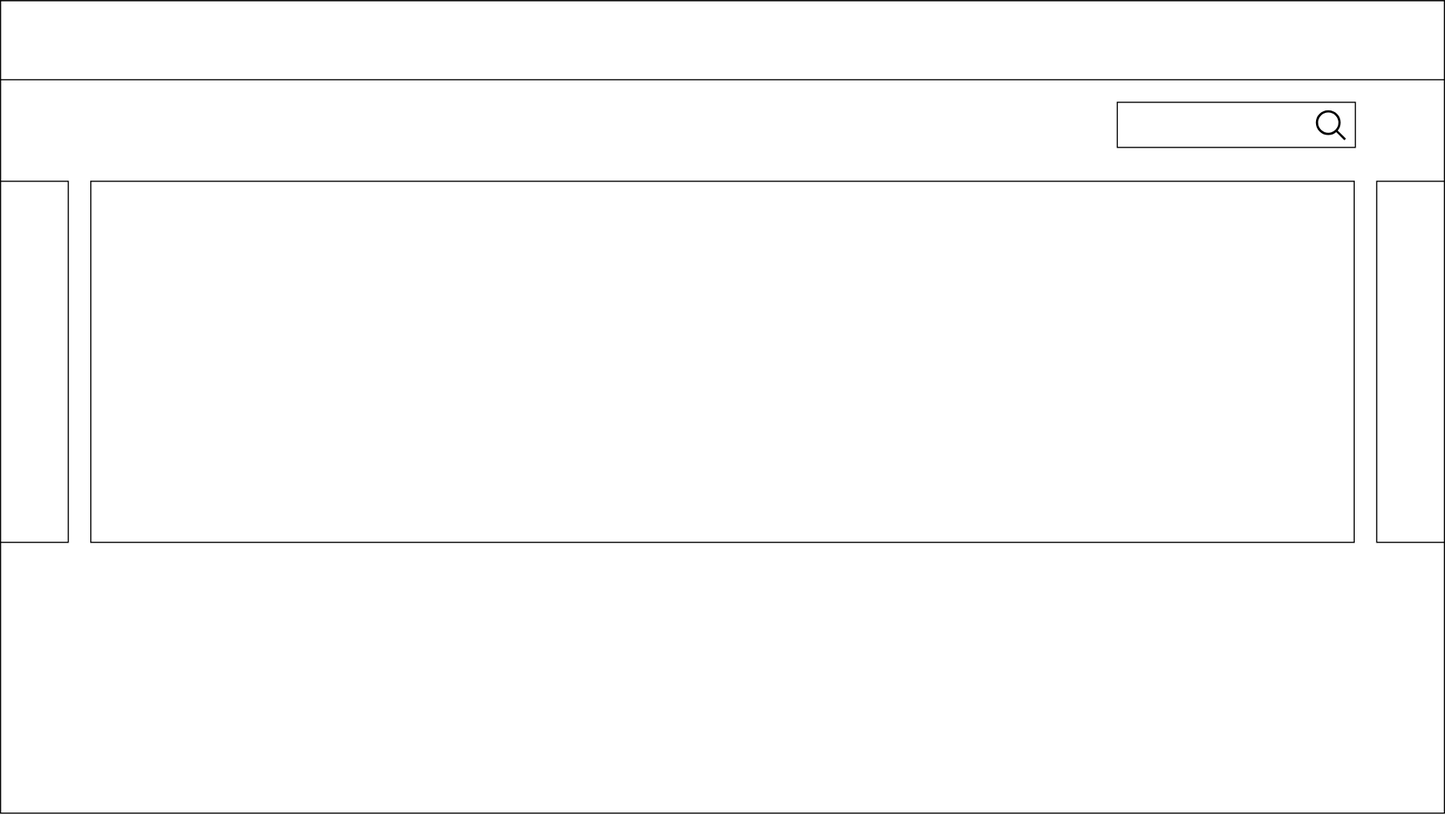
Before: docs/diagrams/homeDesktopUI.svg, a diagram exported from draw.io (vsaiprakash/gamebox-app-ui). Source tidied: cells renumbered, new cells last; positions are measured from the earlier drawing's top-left corner, leaving out a move shared by most shapes. The source it was exported from:
```xml
<mxGraphModel>
  <root>
    <mxCell id="0" />
    <mxCell id="1" parent="0" />
    <mxCell id="2" style="rounded=0;whiteSpace=wrap;html=1;" parent="1" vertex="1">
      <mxGeometry width="1280" height="720" as="geometry" />
    </mxCell>
    <mxCell id="3" style="rounded=0;whiteSpace=wrap;html=1;" parent="1" vertex="1">
      <mxGeometry width="1280" height="70" as="geometry" />
    </mxCell>
    <mxCell id="4" style="rounded=0;whiteSpace=wrap;html=1;" parent="1" vertex="1">
      <mxGeometry x="80" y="160" width="1120" height="320" as="geometry" />
    </mxCell>
    <mxCell id="5" style="rounded=0;whiteSpace=wrap;html=1;" parent="1" vertex="1">
      <mxGeometry y="160" width="60" height="320" as="geometry" />
    </mxCell>
    <mxCell id="6" style="rounded=0;whiteSpace=wrap;html=1;" parent="1" vertex="1">
      <mxGeometry x="1220" y="160" width="60" height="320" as="geometry" />
    </mxCell>
    <mxCell id="7" style="rounded=0;whiteSpace=wrap;html=1;" parent="1" vertex="1">
      <mxGeometry x="990" y="90" width="211" height="40" as="geometry" />
    </mxCell>
    <mxCell id="8" style="html=1;verticalLabelPosition=bottom;align=center;labelBackgroundColor=#ffffff;verticalAlign=top;strokeWidth=2;shadow=0;dashed=0;shape=mxgraph.ios7.icons.looking_glass;" parent="1" vertex="1">
      <mxGeometry x="1167" y="98" width="25" height="25" as="geometry" />
    </mxCell>
  </root>
</mxGraphModel>
```
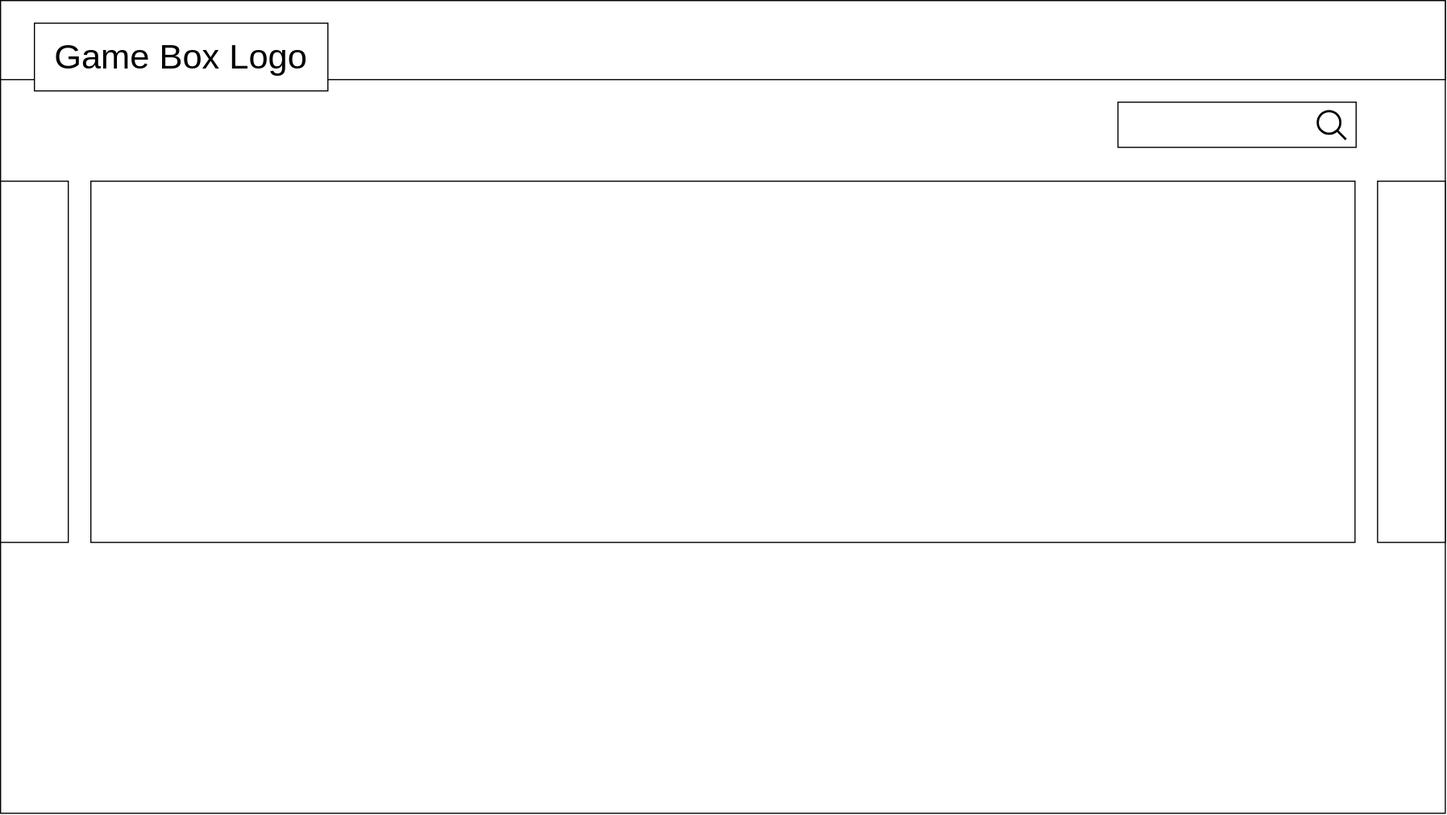
After the change.

Diff of the diagram source:
```diff
@@ -23,5 +23,8 @@
     <mxCell id="8" style="html=1;verticalLabelPosition=bottom;align=center;labelBackgroundColor=#ffffff;verticalAlign=top;strokeWidth=2;shadow=0;dashed=0;shape=mxgraph.ios7.icons.looking_glass;" parent="1" vertex="1">
       <mxGeometry x="1167" y="98" width="25" height="25" as="geometry" />
     </mxCell>
+    <mxCell id="9" value="&lt;font style=&quot;font-size: 31px&quot;&gt;Game Box Logo&lt;/font&gt;" style="rounded=0;whiteSpace=wrap;html=1;strokeColor=#000000;" parent="1" vertex="1">
+      <mxGeometry x="30" y="20" width="260" height="60" as="geometry" />
+    </mxCell>
   </root>
 </mxGraphModel>
```
